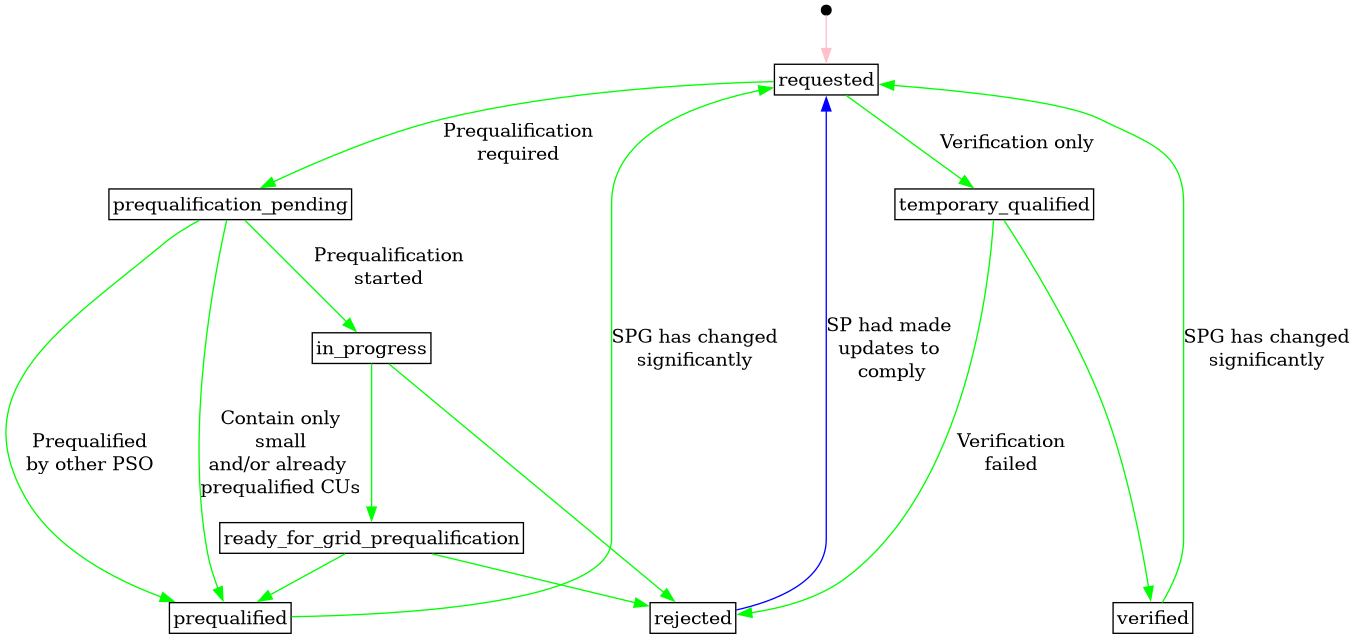
Above: docs/diagrams/service_providing_group_product_application_status.png in elhub/flex-information-system (PlantUML), before the change. Its source is kept beside it as docs/diagrams/service_providing_group_product_application_status.plantuml.
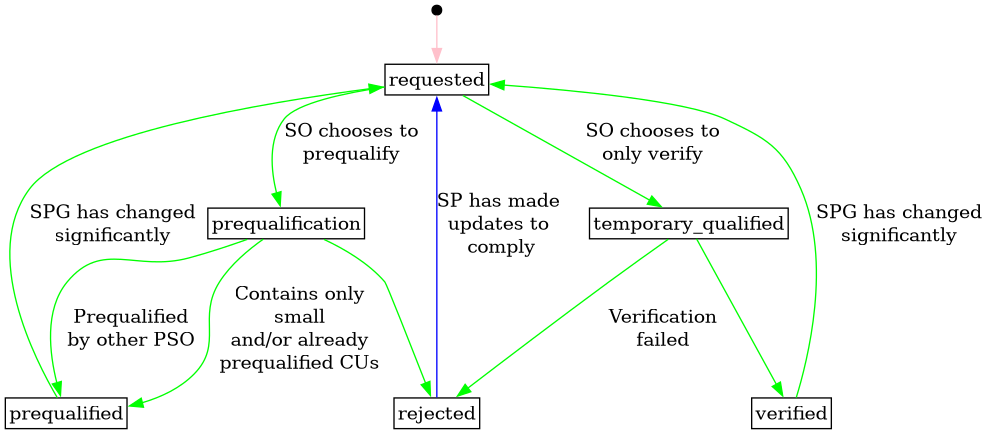
The same file after the commit.

Change to the diagram source:
```diff
@@ -11,11 +11,9 @@
     requested;
     {
         rank = same;
-        prequalification_pending;
+        prequalification;
         temporary_qualified;
     }
-    in_progress;
-    ready_for_grid_prequalification;
     {
         rank = same;
         verified;
@@ -25,23 +23,18 @@
 
 
     start -> requested [label="", color="pink"];
-    requested ->  prequalification_pending [label="Prequalification\nrequired", color="green"];
-    prequalification_pending -> in_progress [label="Prequalification\nstarted", color="green"];
-    requested -> temporary_qualified [label="Verification only", color="green"];
+    requested -> prequalification [label="SO chooses to\nprequalify", color="green"];
+    requested -> temporary_qualified [label="SO chooses to\nonly verify", color="green"];
 
-    prequalification_pending -> prequalified [label="Prequalified\nby other PSO", color="green"];
-    prequalification_pending -> prequalified [label="Contain only\nsmall\nand/or already \nprequalified CUs", color="green"];
+    prequalification -> prequalified [label="Prequalified\nby other PSO", color="green"];
+    prequalification -> prequalified [label="Contains only\nsmall\nand/or already\nprequalified CUs", color="green"];
+    prequalification -> rejected [color="green"];
+
+    temporary_qualified -> verified [color="green"];
     temporary_qualified -> rejected [label="Verification\nfailed", color="green"];
-    temporary_qualified -> verified [color="green"];
-
-    in_progress -> ready_for_grid_prequalification [color="green"];
-    in_progress -> rejected [color="green"];
-
-    ready_for_grid_prequalification -> prequalified [color="green"];
-    ready_for_grid_prequalification -> rejected [color="green"];
 
     prequalified -> requested [label="SPG has changed\nsignificantly", color="green"];
     verified -> requested [label="SPG has changed\nsignificantly", color="green"];
-    rejected -> requested [label="SP had made \nupdates to \ncomply", color="blue"];
+    rejected -> requested [label="SP has made \nupdates to \ncomply", color="blue"];
 }
 @enddot
```
